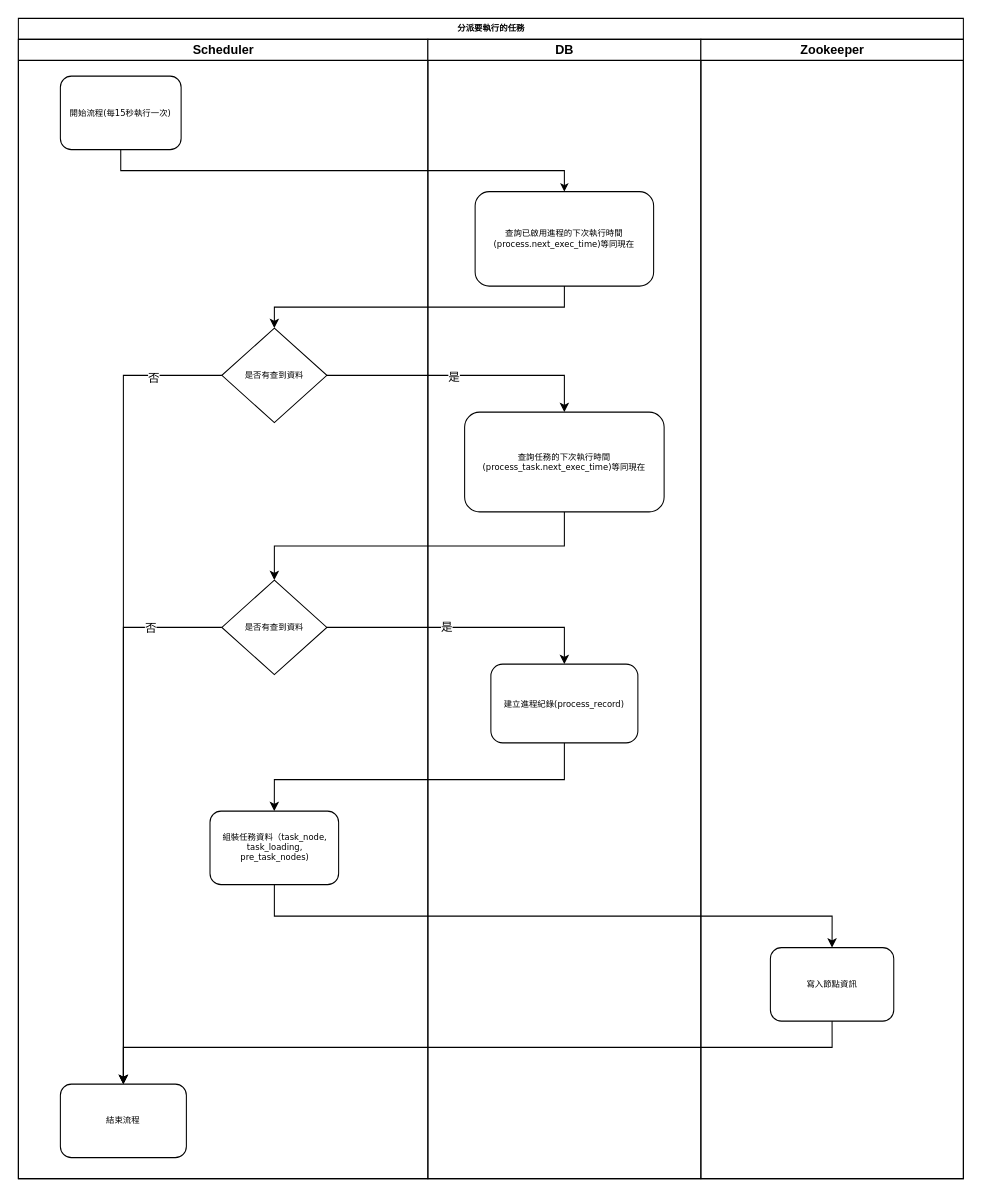
The draw.io diagram draw-io/新增任務流程.drawio in shannonCg/diagram, before the edit. Source tidied: cells renumbered, new cells numbered last; positions are measured from the earlier drawing's top-left corner, leaving out a move shared by most shapes. Both pictures are drawn from the tidied source at 105%, with x=0, y=0 at pixel (18, 18).
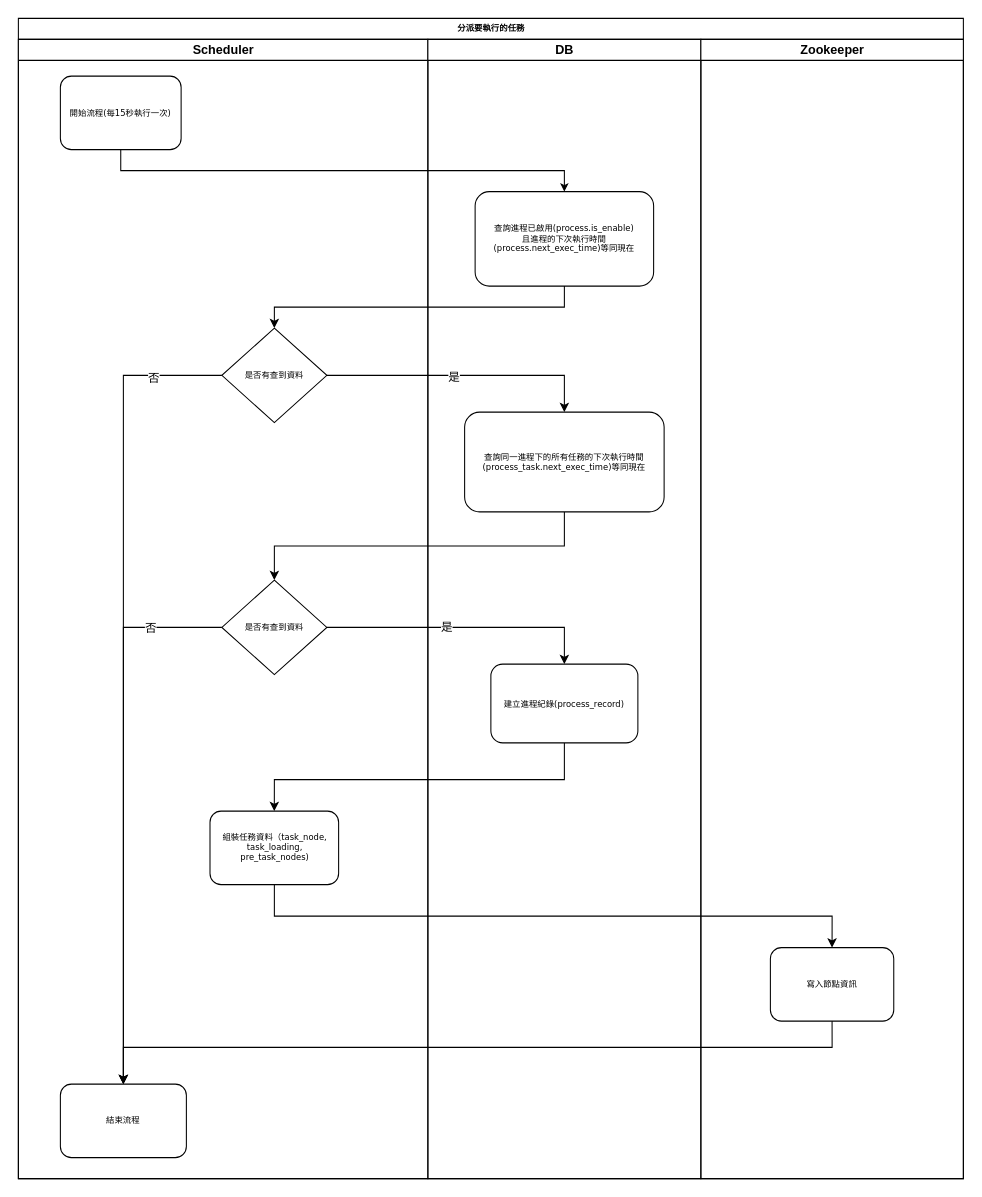
Above is the later version.

Commit message (it also covers changes not shown here):
Update 新增任務流程.drawio

Unchanged cells that the change refers to:
```xml
<mxCell id="22" value="DB" style="swimlane;html=1;startSize=20;" parent="2" vertex="1">
  <mxGeometry x="390" y="20" width="260" height="1085" as="geometry" />
</mxCell>
```

What changed in the source:
```diff
@@
-    <mxCell id="23" value="查詢已啟用進程的下次執行時間(process.next_exec_time)等同現在" style="rounded=1;whiteSpace=wrap;html=1;shadow=0;labelBackgroundColor=none;strokeWidth=1;fontFamily=Verdana;fontSize=8;align=center;" parent="22" vertex="1">
+    <mxCell id="23" value="查詢進程已啟用(process.is_enable)&lt;br&gt;且進程的下次執行時間(process.next_exec_time)等同現在" style="rounded=1;whiteSpace=wrap;html=1;shadow=0;labelBackgroundColor=none;strokeWidth=1;fontFamily=Verdana;fontSize=8;align=center;" parent="22" vertex="1">
       <mxGeometry x="45" y="145" width="170" height="90" as="geometry" />
     </mxCell>
@@
-    <mxCell id="25" value="查詢任務的下次執行時間(process_task.next_exec_time)等同現在" style="whiteSpace=wrap;html=1;fontSize=8;fontFamily=Verdana;rounded=1;shadow=0;labelBackgroundColor=none;strokeWidth=1;" parent="22" vertex="1">
+    <mxCell id="25" value="查詢同一進程下的所有任務的下次執行時間(process_task.next_exec_time)等同現在" style="whiteSpace=wrap;html=1;fontSize=8;fontFamily=Verdana;rounded=1;shadow=0;labelBackgroundColor=none;strokeWidth=1;" parent="22" vertex="1">
       <mxGeometry x="35" y="355" width="190" height="95" as="geometry" />
     </mxCell>
```
